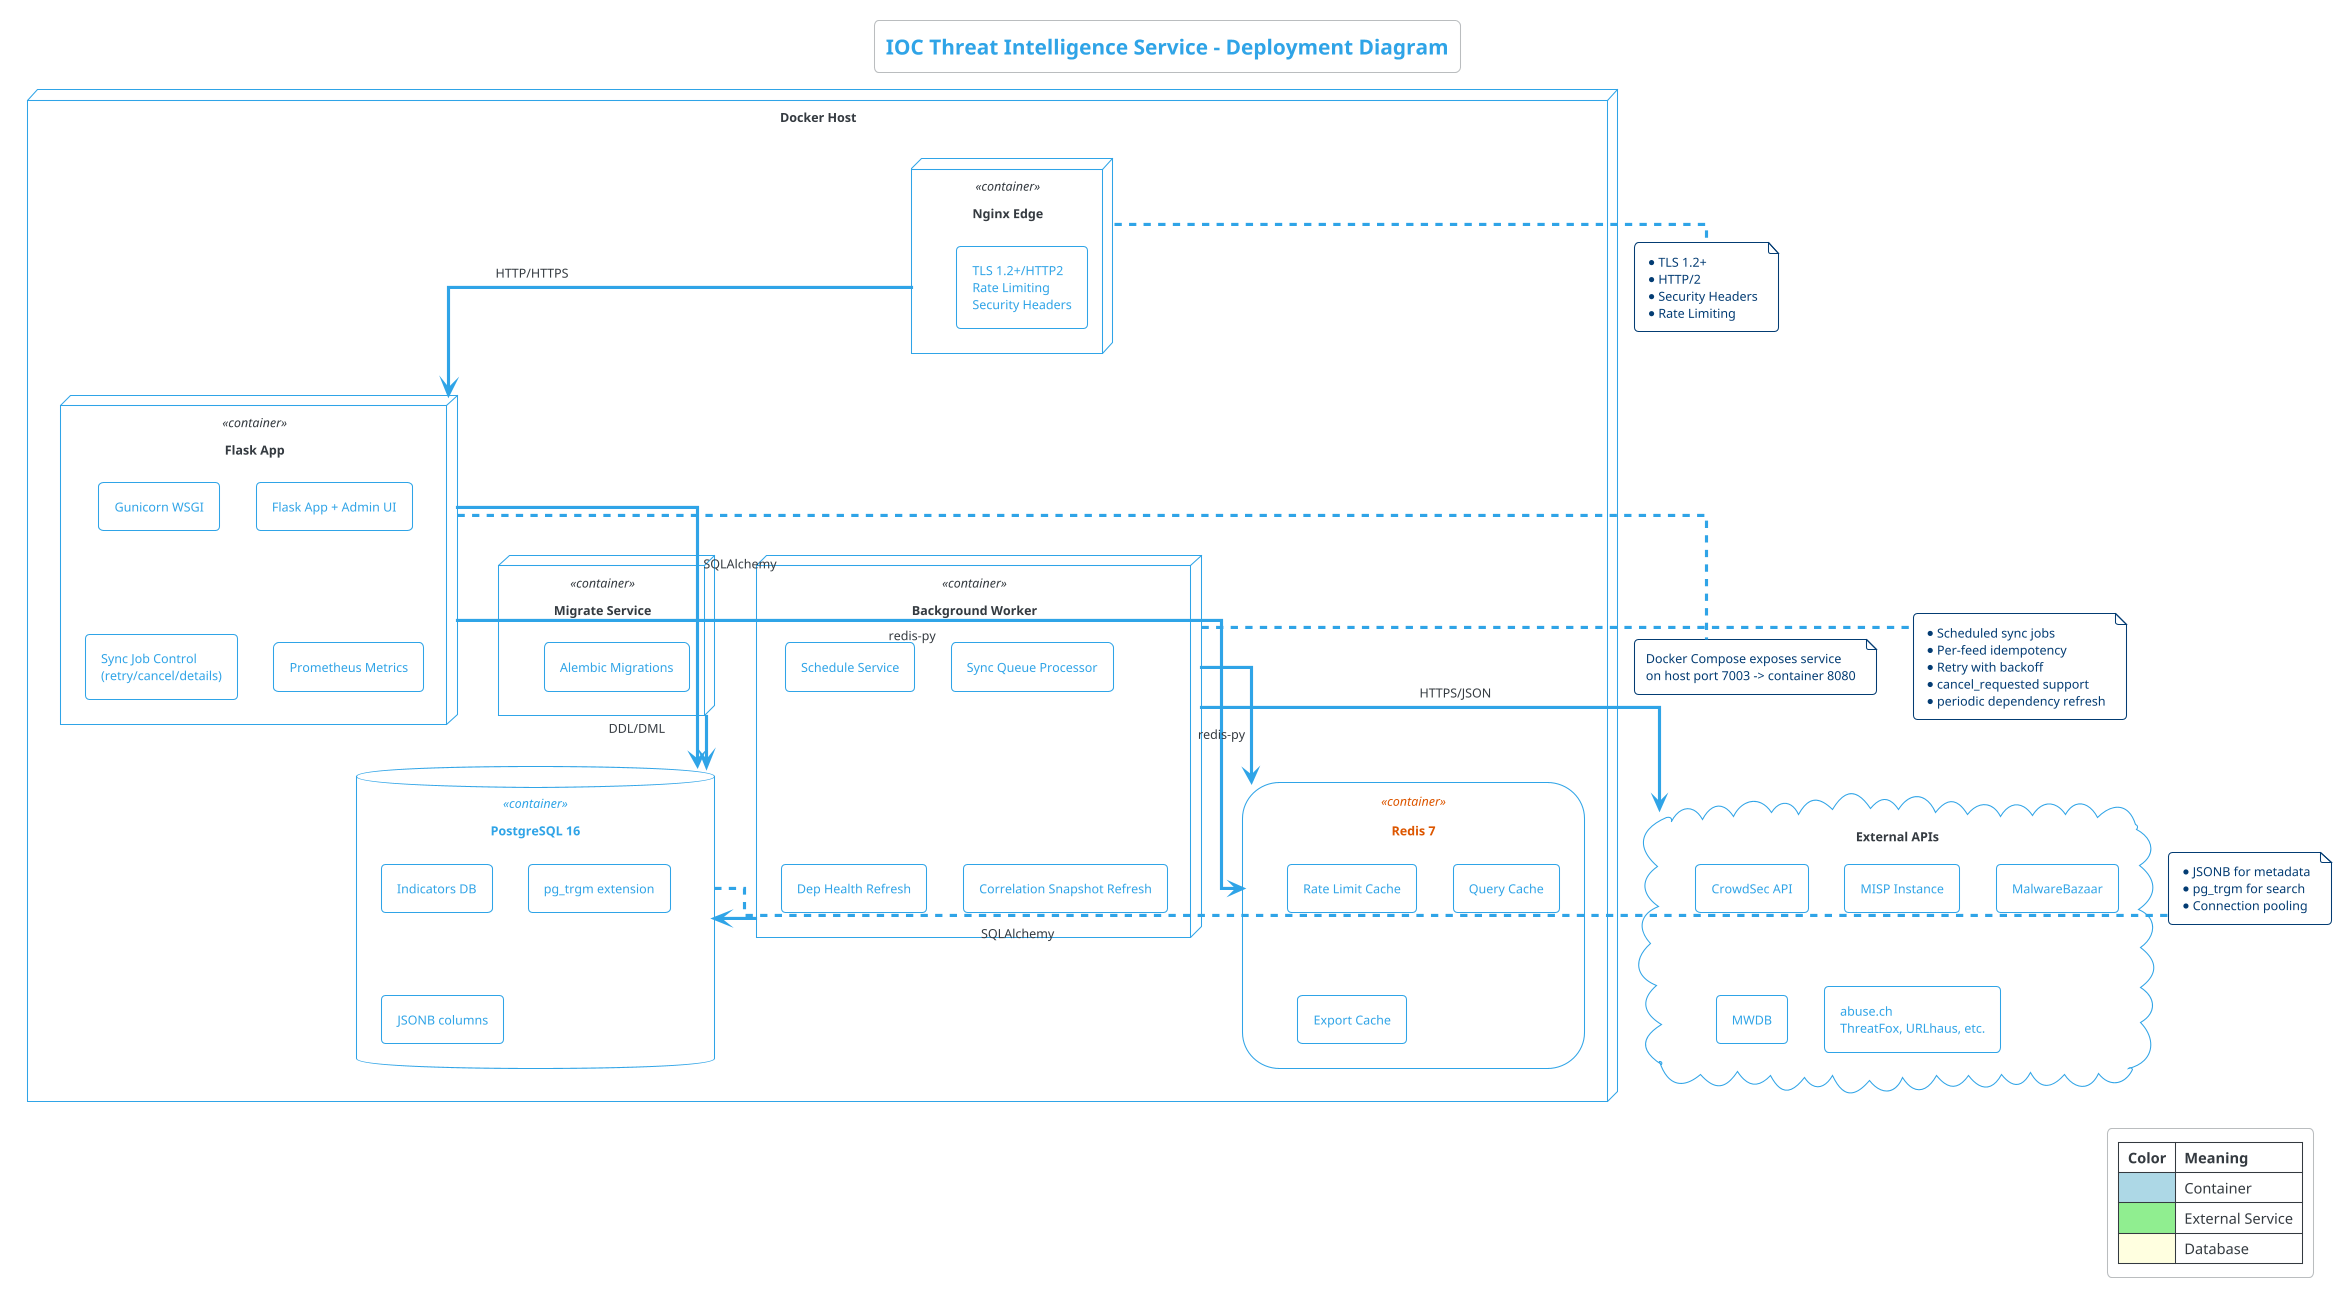
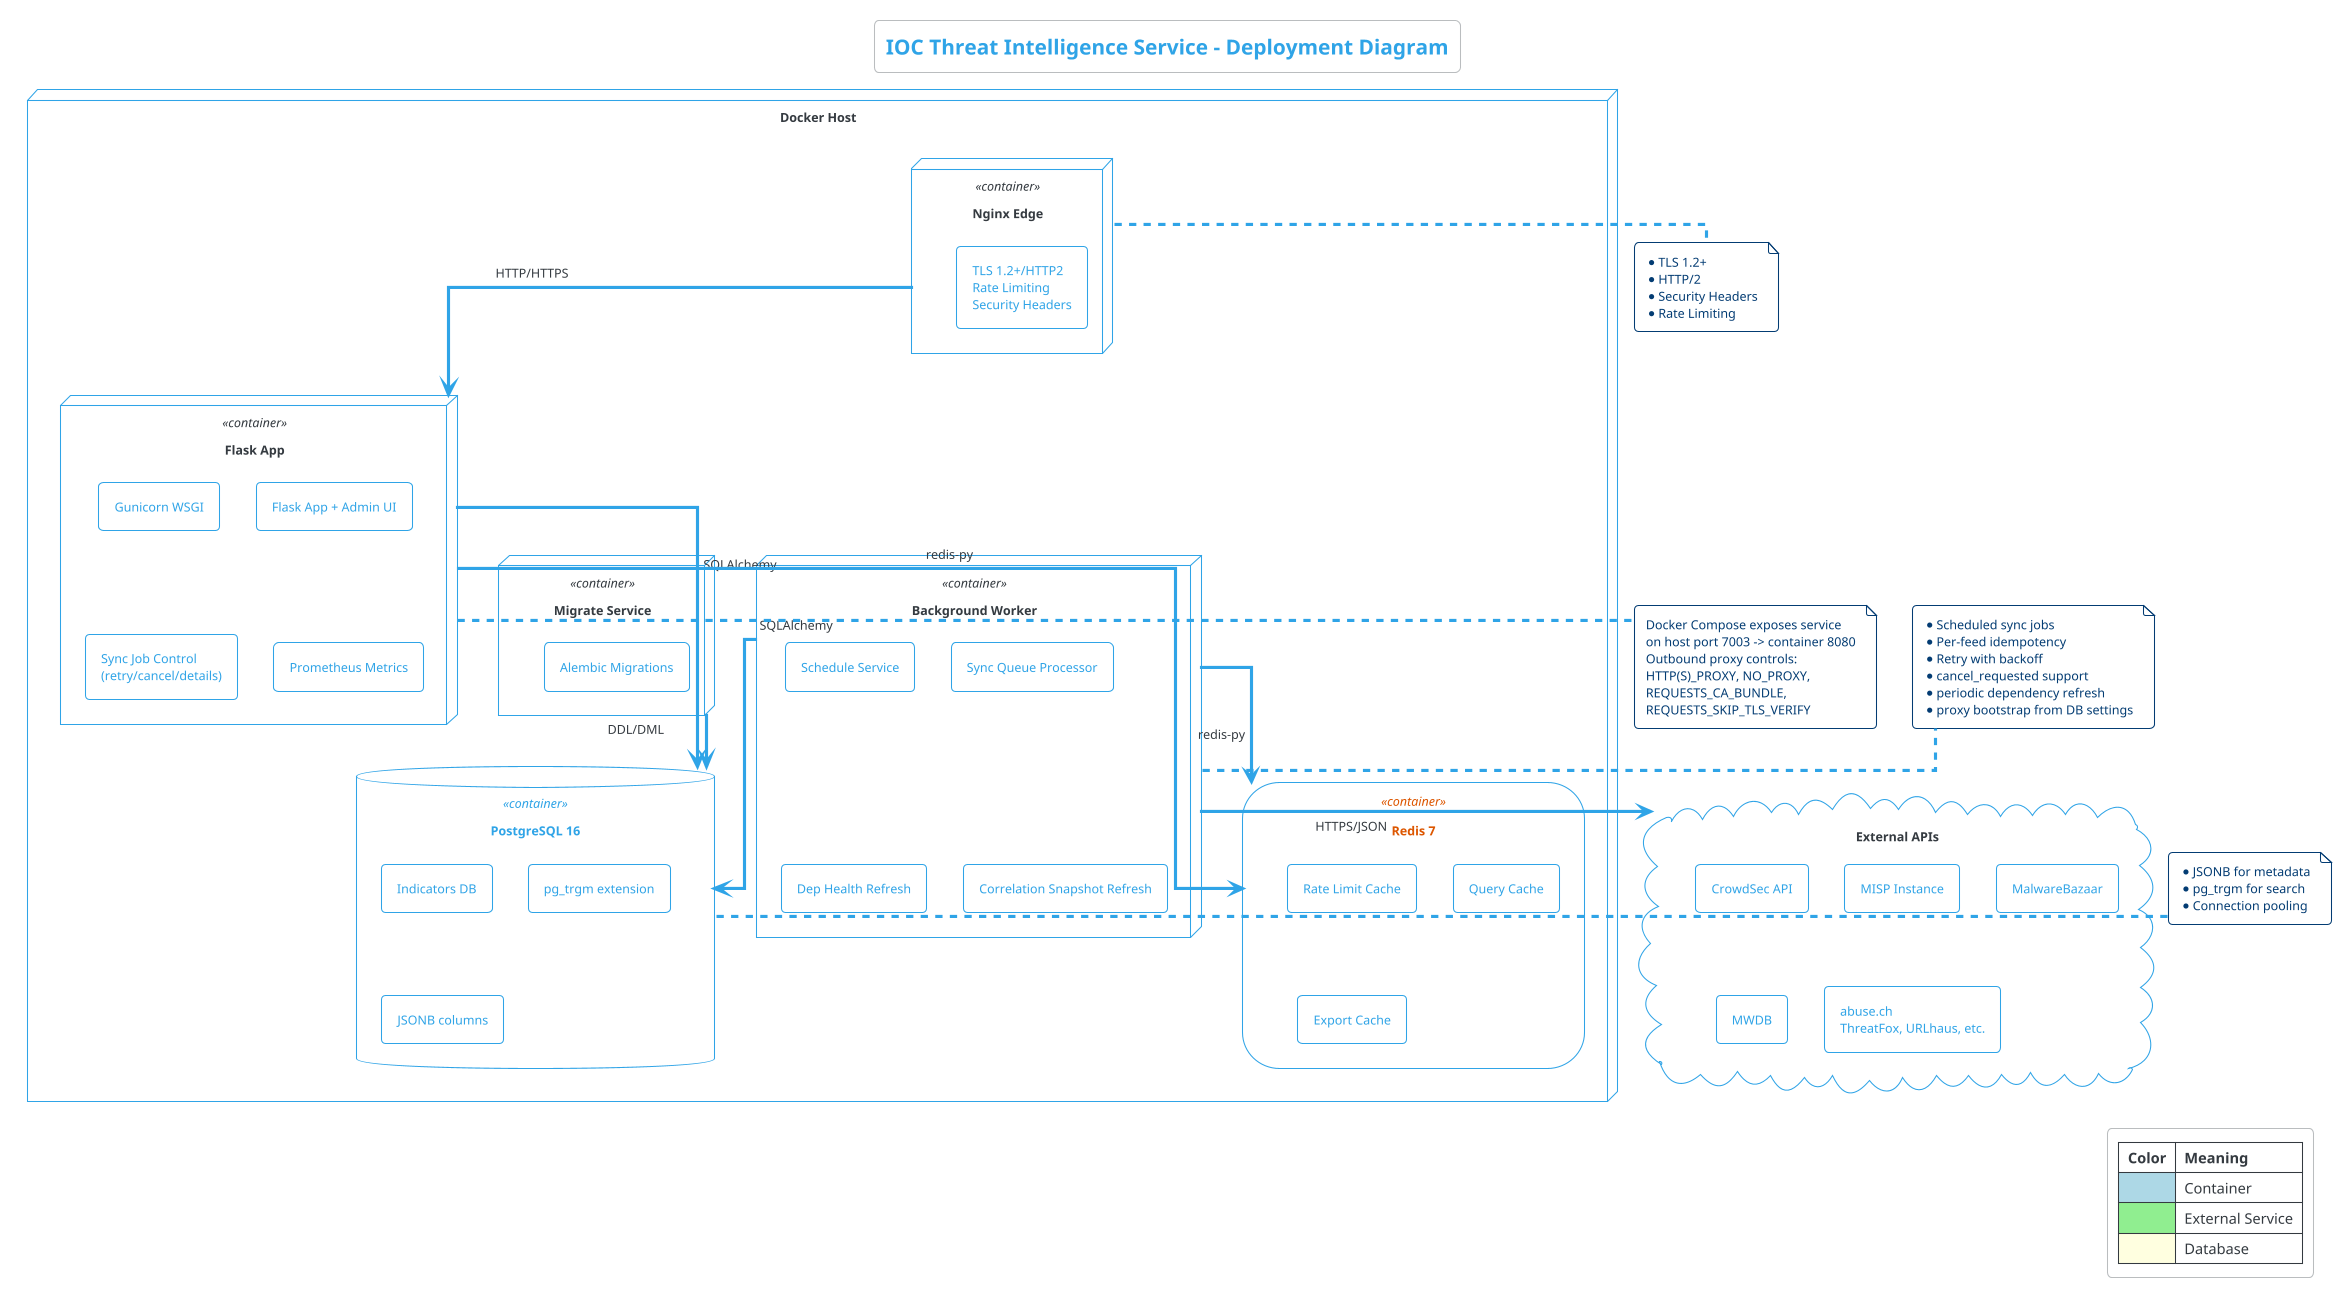
@startuml IOC_Service_Deployment
!theme cerulean-outline
skinparam componentStyle rectangle
skinparam linetype ortho

title IOC Threat Intelligence Service - Deployment Diagram

node "Docker Host" as DockerHost {

    node "Nginx Edge" as Nginx <<container>> {
        [TLS 1.2+/HTTP2\nRate Limiting\nSecurity Headers] as TLSEdge
    }

    node "Flask App" as App <<container>> {
        [Gunicorn WSGI] as Gunicorn
        [Flask App + Admin UI] as Flask
        [Sync Job Control\n(retry/cancel/details)] as JobCtrl
        [Prometheus Metrics] as Metrics
    }

    node "Background Worker" as Worker <<container>> {
        [Schedule Service] as Scheduler
        [Sync Queue Processor] as Processor
        [Dep Health Refresh] as DepRefresh
        [Correlation Snapshot Refresh] as CorrRefresh
    }

    database "PostgreSQL 16" as Postgres <<container>> {
        [Indicators DB] as IndicatorsDB
        [pg_trgm extension] as Trgm
        [JSONB columns] as JSONB
    }

    storage "Redis 7" as Redis <<container>> {
        [Rate Limit Cache] as RateLimit
        [Query Cache] as QueryCache
        [Export Cache] as ExportCache
    }

    node "Migrate Service" as Migrate <<container>> {
        [Alembic Migrations] as Alembic
    }
}

cloud "External APIs" as External {
    [CrowdSec API] as CrowdSec
    [MISP Instance] as MISP
    [MalwareBazaar] as Bazaar
    [MWDB] as MWDB
    [abuse.ch\nThreatFox, URLhaus, etc.] as AbuseCh
}

' Connections
Nginx --> App : HTTP/HTTPS
App --> Postgres : SQLAlchemy
App --> Redis : redis-py
Worker --> Postgres : SQLAlchemy
Worker --> Redis : redis-py
Worker --> External : HTTPS/JSON
Migrate --> Postgres : DDL/DML

' Notes
note right of Nginx
  * TLS 1.2+
  * HTTP/2
  * Security Headers
  * Rate Limiting
end note

note right of Postgres
  * JSONB for metadata
  * pg_trgm for search
  * Connection pooling
end note

note right of Worker
  * Scheduled sync jobs
  * Per-feed idempotency
  * Retry with backoff
  * cancel_requested support
  * periodic dependency refresh
+   * proxy bootstrap from DB settings
end note

note bottom of App
  Docker Compose exposes service
  on host port 7003 -> container 8080
+   Outbound proxy controls:
+   HTTP(S)_PROXY, NO_PROXY,
+   REQUESTS_CA_BUNDLE,
+   REQUESTS_SKIP_TLS_VERIFY
end note

legend right
  |= Color |= Meaning |
  | <#LightBlue> | Container |
  | <#LightGreen> | External Service |
  | <#LightYellow> | Database |
endlegend

@enduml
